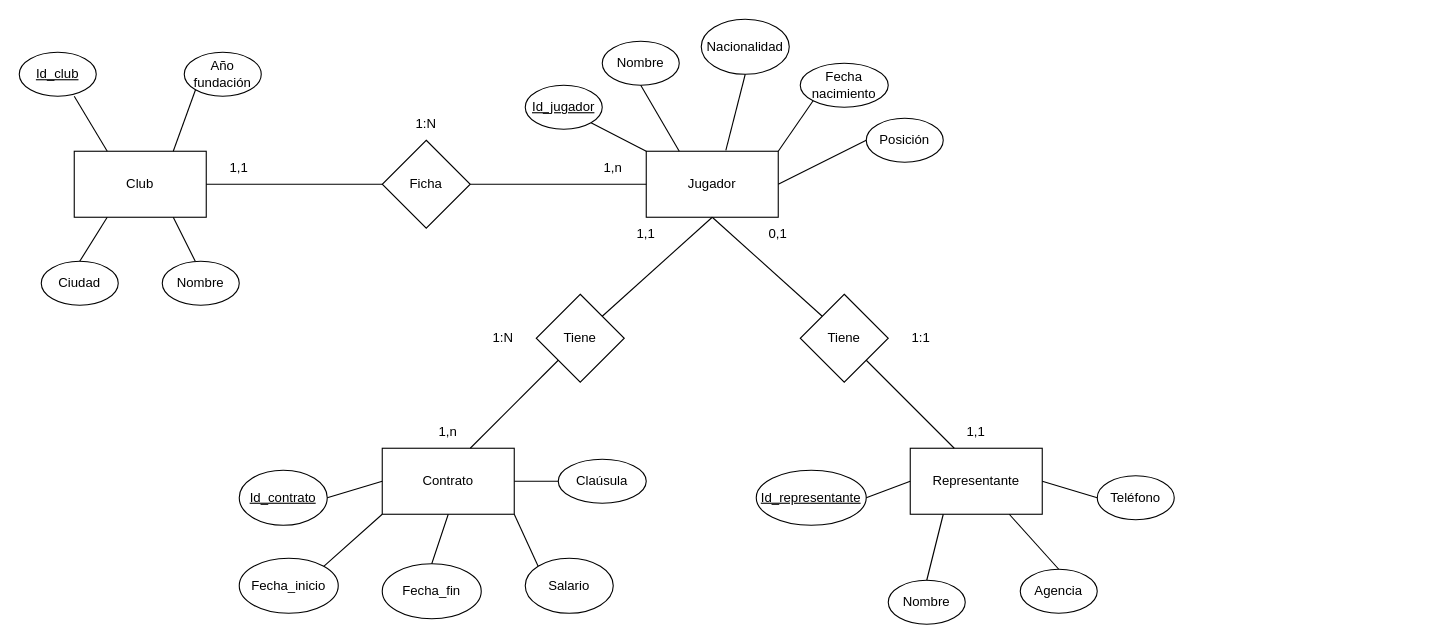
Before: DiagramaReto.drawio in roulkhir/RetoGrupo6, a draw.io diagram. Source tidied: cells renumbered, new cells numbered last; positions are measured from the earlier drawing's top-left corner, leaving out a move shared by most shapes. Both pictures are drawn from the tidied source at 110%, with x=0, y=0 at pixel (19, 19).
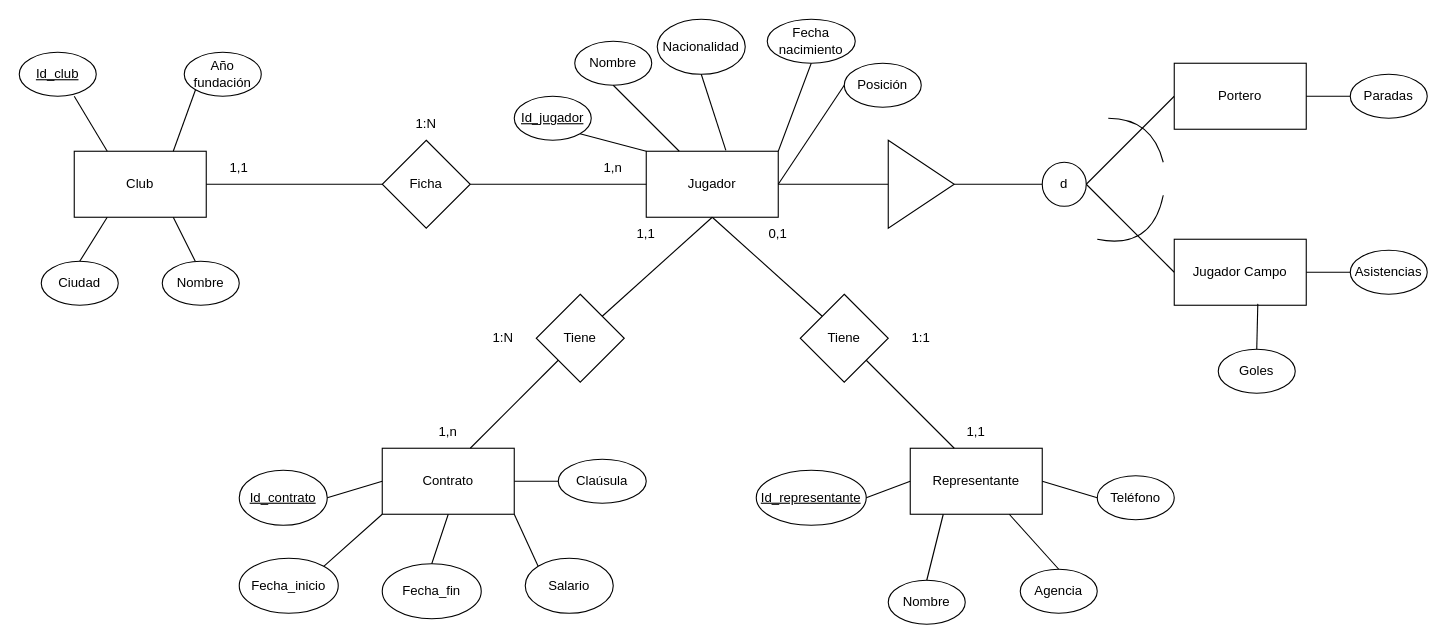
Above is the later version.

Unchanged cells that the change refers to:
```xml
<mxCell id="3" value="Jugador" style="rounded=0;whiteSpace=wrap;html=1;" parent="1" vertex="1">
  <mxGeometry x="570" y="120" width="120" height="60" as="geometry" />
</mxCell>
```

What changed in the source:
```diff
@@
     <mxCell id="23" value="&lt;u&gt;Id_jugador&lt;/u&gt;" style="ellipse;whiteSpace=wrap;html=1;" parent="1" vertex="1">
-      <mxGeometry x="460" y="60" width="70" height="40" as="geometry" />
+      <mxGeometry x="450" y="70" width="70" height="40" as="geometry" />
     </mxCell>
@@
     <mxCell id="25" value="Fecha nacimiento" style="ellipse;whiteSpace=wrap;html=1;" parent="1" vertex="1">
-      <mxGeometry x="710" y="40" width="80" height="40" as="geometry" />
+      <mxGeometry x="680" width="80" height="40" as="geometry" />
     </mxCell>
@@
     <mxCell id="27" value="Posición" style="ellipse;whiteSpace=wrap;html=1;" parent="1" vertex="1">
-      <mxGeometry x="770" y="90" width="70" height="40" as="geometry" />
+      <mxGeometry x="750" y="40" width="70" height="40" as="geometry" />
     </mxCell>
     <mxCell id="28" value="Nombre" style="ellipse;whiteSpace=wrap;html=1;" parent="1" vertex="1">
-      <mxGeometry x="530" y="20" width="70" height="40" as="geometry" />
+      <mxGeometry x="505" y="20" width="70" height="40" as="geometry" />
     </mxCell>
     <mxCell id="29" value="Nacionalidad" style="ellipse;whiteSpace=wrap;html=1;" parent="1" vertex="1">
-      <mxGeometry x="620" width="80" height="50" as="geometry" />
+      <mxGeometry x="580" width="80" height="50" as="geometry" />
     </mxCell>
@@
-    <mxCell id="40" style="endArrow=none;html=1;rounded=0;entryX=0;entryY=1;entryDx=0;entryDy=0;exitX=1;exitY=0;exitDx=0;exitDy=0;" parent="1" edge="1" source="3" target="25">
+    <mxCell id="40" style="endArrow=none;html=1;rounded=0;entryX=0.5;entryY=1;entryDx=0;entryDy=0;exitX=1;exitY=0;exitDx=0;exitDy=0;" parent="1" edge="1" source="3" target="25">
       <mxGeometry relative="1" as="geometry" />
     </mxCell>
@@
+    <mxCell id="60" style="endArrow=none;html=1;rounded=0;exitX=1;exitY=0.5;exitDx=0;exitDy=0;" parent="1" edge="1" source="3" target="61">
+      <mxGeometry relative="1" as="geometry" />
+    </mxCell>
+    <mxCell id="61" style="triangle;whiteSpace=wrap;html=1;" parent="1" vertex="1">
+      <mxGeometry x="790" y="110" width="60" height="80" as="geometry" />
+    </mxCell>
+    <mxCell id="62" style="endArrow=none;html=1;rounded=0;" parent="1" edge="1">
+      <mxGeometry relative="1" as="geometry">
+        <mxPoint x="930" y="150" as="sourcePoint" />
+        <mxPoint x="850" y="150" as="targetPoint" />
+      </mxGeometry>
+    </mxCell>
+    <mxCell id="63" value="d" style="ellipse;whiteSpace=wrap;html=1;" parent="1" vertex="1">
+      <mxGeometry x="930" y="130" width="40" height="40" as="geometry" />
+    </mxCell>
+    <mxCell id="64" style="endArrow=none;html=1;rounded=0;entryX=1;entryY=0.5;entryDx=0;entryDy=0;" parent="1" edge="1" target="63">
+      <mxGeometry relative="1" as="geometry">
+        <mxPoint x="1050" y="70" as="sourcePoint" />
+      </mxGeometry>
+    </mxCell>
+    <mxCell id="65" style="endArrow=none;html=1;rounded=0;entryX=1;entryY=0.5;entryDx=0;entryDy=0;" parent="1" edge="1" target="63">
+      <mxGeometry relative="1" as="geometry">
+        <mxPoint x="1050" y="230" as="sourcePoint" />
+      </mxGeometry>
+    </mxCell>
+    <mxCell id="66" style="endArrow=none;html=1;rounded=0;curved=1;" parent="1" edge="1">
+      <mxGeometry relative="1" as="geometry">
+        <mxPoint x="1040" y="130" as="sourcePoint" />
+        <mxPoint x="990" y="90" as="targetPoint" />
+        <Array as="points">
+          <mxPoint x="1030" y="90" />
+        </Array>
+      </mxGeometry>
+    </mxCell>
+    <mxCell id="67" style="endArrow=none;html=1;rounded=0;curved=1;" parent="1" edge="1">
+      <mxGeometry relative="1" as="geometry">
+        <mxPoint x="980" y="200" as="sourcePoint" />
+        <mxPoint x="1040" y="160" as="targetPoint" />
+        <Array as="points">
+          <mxPoint x="1030" y="210" />
+        </Array>
+      </mxGeometry>
+    </mxCell>
+    <mxCell id="68" value="Jugador Campo" style="rounded=0;whiteSpace=wrap;html=1;" parent="1" vertex="1">
+      <mxGeometry x="1050" y="200" width="120" height="60" as="geometry" />
+    </mxCell>
+    <mxCell id="69" value="Portero" style="rounded=0;whiteSpace=wrap;html=1;" parent="1" vertex="1">
+      <mxGeometry x="1050" y="40" width="120" height="60" as="geometry" />
+    </mxCell>
+    <mxCell id="70" value="Asistencias" style="ellipse;whiteSpace=wrap;html=1;" parent="1" vertex="1">
+      <mxGeometry x="1210" y="210" width="70" height="40" as="geometry" />
+    </mxCell>
+    <mxCell id="71" value="Goles" style="ellipse;whiteSpace=wrap;html=1;" parent="1" vertex="1">
+      <mxGeometry x="1090" y="300" width="70" height="40" as="geometry" />
+    </mxCell>
+    <mxCell id="72" style="endArrow=none;html=1;rounded=0;exitX=0;exitY=0.5;exitDx=0;exitDy=0;entryX=1;entryY=0.5;entryDx=0;entryDy=0;" parent="1" edge="1" source="70" target="68">
+      <mxGeometry relative="1" as="geometry" />
+    </mxCell>
+    <mxCell id="73" style="endArrow=none;html=1;rounded=0;exitX=0.5;exitY=0;exitDx=0;exitDy=0;entryX=0.633;entryY=0.979;entryDx=0;entryDy=0;entryPerimeter=0;" parent="1" edge="1" source="71" target="68">
+      <mxGeometry relative="1" as="geometry" />
+    </mxCell>
+    <mxCell id="74" value="Paradas" style="ellipse;whiteSpace=wrap;html=1;" parent="1" vertex="1">
+      <mxGeometry x="1210" y="50" width="70" height="40" as="geometry" />
+    </mxCell>
+    <mxCell id="75" style="endArrow=none;html=1;rounded=0;exitX=1;exitY=0.5;exitDx=0;exitDy=0;entryX=0;entryY=0.5;entryDx=0;entryDy=0;" parent="1" edge="1" source="69" target="74">
+      <mxGeometry relative="1" as="geometry" />
+    </mxCell>
```
